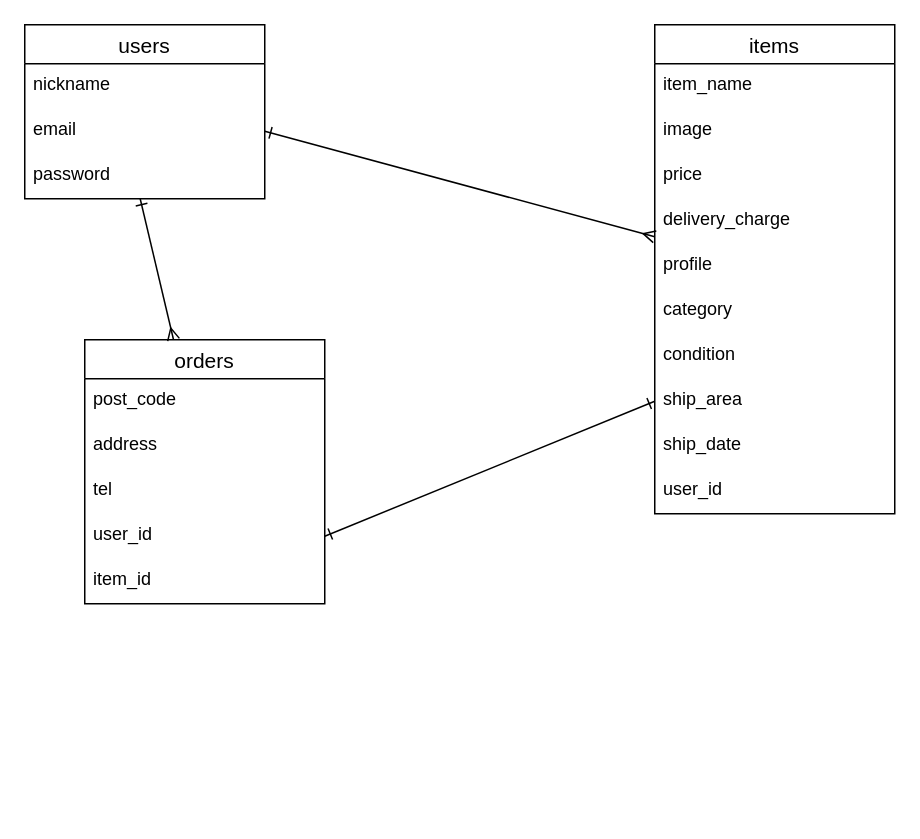
The draw.io diagram furima.dio in moritak40123/furima-39115, before the edit. Source tidied: cells renumbered, new cells numbered last; positions are measured from the earlier drawing's top-left corner, leaving out a move shared by most shapes. Both pictures are drawn from the tidied source at 150%, with x=0, y=0 at pixel (24, 24).
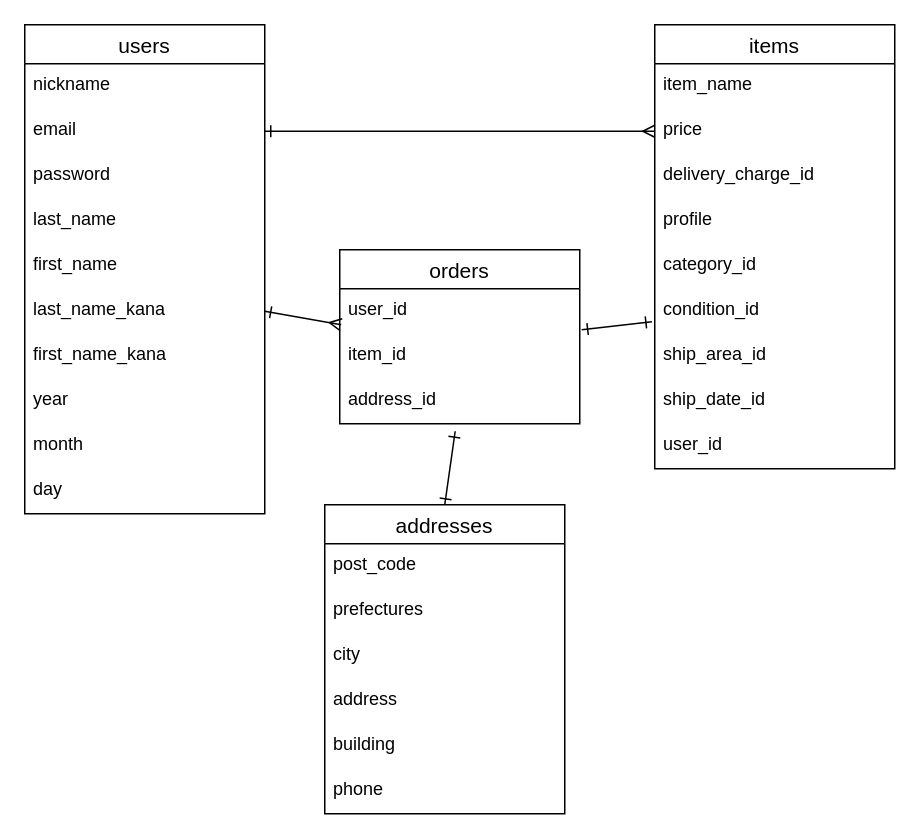
The same page after the edit.

The change refers to these unchanged cells:
```xml
<mxCell id="4" value="email" style="text;strokeColor=none;fillColor=none;spacingLeft=4;spacingRight=4;overflow=hidden;points=[[0,0.5],[1,0.5]];portConstraint=eastwest;fontSize=12;" parent="2" vertex="1">
  <mxGeometry y="56" width="160" height="30" as="geometry" />
</mxCell>
<mxCell id="5" value="password" style="text;strokeColor=none;fillColor=none;spacingLeft=4;spacingRight=4;overflow=hidden;points=[[0,0.5],[1,0.5]];portConstraint=eastwest;fontSize=12;" parent="2" vertex="1">
  <mxGeometry y="86" width="160" height="30" as="geometry" />
</mxCell>
```

What changed in the source:
```diff
@@
     <mxCell id="2" value="users" style="swimlane;fontStyle=0;horizontal=1;startSize=26;align=center;fontSize=14;" parent="1" vertex="1">
-      <mxGeometry width="160" height="116" as="geometry" />
+      <mxGeometry width="160" height="326" as="geometry" />
     </mxCell>
@@
+    <mxCell id="26" value="last_name" style="text;strokeColor=none;fillColor=none;spacingLeft=4;spacingRight=4;overflow=hidden;fontSize=12;" parent="2" vertex="1">
+      <mxGeometry y="116" width="160" height="30" as="geometry" />
+    </mxCell>
+    <mxCell id="27" value="first_name" style="text;strokeColor=none;fillColor=none;spacingLeft=4;spacingRight=4;overflow=hidden;fontSize=12;" parent="2" vertex="1">
+      <mxGeometry y="146" width="160" height="30" as="geometry" />
+    </mxCell>
+    <mxCell id="28" value="last_name_kana" style="text;strokeColor=none;fillColor=none;spacingLeft=4;spacingRight=4;overflow=hidden;points=[[0,0.5],[1,0.5]];portConstraint=eastwest;fontSize=12;" parent="2" vertex="1">
+      <mxGeometry y="176" width="160" height="30" as="geometry" />
+    </mxCell>
+    <mxCell id="29" value="first_name_kana" style="text;strokeColor=none;fillColor=none;spacingLeft=4;spacingRight=4;overflow=hidden;fontSize=12;" parent="2" vertex="1">
+      <mxGeometry y="206" width="160" height="30" as="geometry" />
+    </mxCell>
+    <mxCell id="30" value="year" style="text;strokeColor=none;fillColor=none;spacingLeft=4;spacingRight=4;overflow=hidden;fontSize=12;" parent="2" vertex="1">
+      <mxGeometry y="236" width="160" height="30" as="geometry" />
+    </mxCell>
+    <mxCell id="31" value="month" style="text;strokeColor=none;fillColor=none;spacingLeft=4;spacingRight=4;overflow=hidden;fontSize=12;" parent="2" vertex="1">
+      <mxGeometry y="266" width="160" height="30" as="geometry" />
+    </mxCell>
+    <mxCell id="32" value="day" style="text;strokeColor=none;fillColor=none;spacingLeft=4;spacingRight=4;overflow=hidden;fontSize=12;" parent="2" vertex="1">
+      <mxGeometry y="296" width="160" height="30" as="geometry" />
+    </mxCell>
     <mxCell id="6" value="items" style="swimlane;fontStyle=0;horizontal=1;startSize=26;align=center;fontSize=14;" parent="1" vertex="1">
-      <mxGeometry x="420" width="160" height="326" as="geometry" />
+      <mxGeometry x="420" width="160" height="296" as="geometry" />
     </mxCell>
@@
-    <mxCell id="8" value="image" style="text;strokeColor=none;fillColor=none;spacingLeft=4;spacingRight=4;overflow=hidden;fontSize=12;" parent="6" vertex="1">
-      <mxGeometry y="56" width="160" height="30" as="geometry" />
-    </mxCell>
     <mxCell id="9" value="price" style="text;strokeColor=none;fillColor=none;spacingLeft=4;spacingRight=4;overflow=hidden;points=[[0,0.5],[1,0.5]];portConstraint=eastwest;fontSize=12;" parent="6" vertex="1">
-      <mxGeometry y="86" width="160" height="30" as="geometry" />
+      <mxGeometry y="56" width="160" height="30" as="geometry" />
     </mxCell>
-    <mxCell id="10" value="delivery_charge" style="text;strokeColor=none;fillColor=none;spacingLeft=4;spacingRight=4;overflow=hidden;fontSize=12;" parent="6" vertex="1">
-      <mxGeometry y="116" width="160" height="30" as="geometry" />
+    <mxCell id="10" value="delivery_charge_id" style="text;strokeColor=none;fillColor=none;spacingLeft=4;spacingRight=4;overflow=hidden;fontSize=12;" parent="6" vertex="1">
+      <mxGeometry y="86" width="160" height="30" as="geometry" />
     </mxCell>
     <mxCell id="11" value="profile" style="text;strokeColor=none;fillColor=none;spacingLeft=4;spacingRight=4;overflow=hidden;fontSize=12;" parent="6" vertex="1">
-      <mxGeometry y="146" width="160" height="30" as="geometry" />
+      <mxGeometry y="116" width="160" height="30" as="geometry" />
     </mxCell>
-    <mxCell id="12" value="category" style="text;strokeColor=none;fillColor=none;spacingLeft=4;spacingRight=4;overflow=hidden;fontSize=12;" parent="6" vertex="1">
-      <mxGeometry y="176" width="160" height="30" as="geometry" />
+    <mxCell id="12" value="category_id" style="text;strokeColor=none;fillColor=none;spacingLeft=4;spacingRight=4;overflow=hidden;fontSize=12;" parent="6" vertex="1">
+      <mxGeometry y="146" width="160" height="30" as="geometry" />
     </mxCell>
-    <mxCell id="13" value="condition" style="text;strokeColor=none;fillColor=none;spacingLeft=4;spacingRight=4;overflow=hidden;points=[[0,0.5],[1,0.5]];portConstraint=eastwest;fontSize=12;" parent="6" vertex="1">
-      <mxGeometry y="206" width="160" height="30" as="geometry" />
+    <mxCell id="13" value="condition_id" style="text;strokeColor=none;fillColor=none;spacingLeft=4;spacingRight=4;overflow=hidden;points=[[0,0.5],[1,0.5]];portConstraint=eastwest;fontSize=12;" parent="6" vertex="1">
+      <mxGeometry y="176" width="160" height="30" as="geometry" />
     </mxCell>
-    <mxCell id="14" value="ship_area" style="text;strokeColor=none;fillColor=none;spacingLeft=4;spacingRight=4;overflow=hidden;points=[[0,0.5],[1,0.5]];portConstraint=eastwest;fontSize=12;" parent="6" vertex="1">
-      <mxGeometry y="236" width="160" height="30" as="geometry" />
+    <mxCell id="14" value="ship_area_id" style="text;strokeColor=none;fillColor=none;spacingLeft=4;spacingRight=4;overflow=hidden;points=[[0,0.5],[1,0.5]];portConstraint=eastwest;fontSize=12;" parent="6" vertex="1">
+      <mxGeometry y="206" width="160" height="30" as="geometry" />
     </mxCell>
-    <mxCell id="15" value="ship_date" style="text;strokeColor=none;fillColor=none;spacingLeft=4;spacingRight=4;overflow=hidden;fontSize=12;" parent="6" vertex="1">
-      <mxGeometry y="266" width="160" height="30" as="geometry" />
+    <mxCell id="15" value="ship_date_id" style="text;strokeColor=none;fillColor=none;spacingLeft=4;spacingRight=4;overflow=hidden;fontSize=12;" parent="6" vertex="1">
+      <mxGeometry y="236" width="160" height="30" as="geometry" />
     </mxCell>
     <mxCell id="16" value="user_id" style="text;strokeColor=none;fillColor=none;spacingLeft=4;spacingRight=4;overflow=hidden;fontSize=12;" parent="6" vertex="1">
-      <mxGeometry y="296" width="160" height="30" as="geometry" />
+      <mxGeometry y="266" width="160" height="30" as="geometry" />
     </mxCell>
-    <mxCell id="17" style="edgeStyle=none;html=1;exitX=1;exitY=0.5;exitDx=0;exitDy=0;endArrow=ERmany;endFill=0;startArrow=ERone;startFill=0;" parent="1" edge="1" source="4" target="6">
-      <mxGeometry relative="1" as="geometry" />
-    </mxCell>
     <mxCell id="18" value="orders" style="swimlane;fontStyle=0;horizontal=1;startSize=26;align=center;fontSize=14;" parent="1" vertex="1">
-      <mxGeometry x="40" y="210" width="160" height="176" as="geometry" />
+      <mxGeometry x="210" y="150" width="160" height="116" as="geometry" />
     </mxCell>
-    <mxCell id="19" value="post_code" style="text;strokeColor=none;fillColor=none;spacingLeft=4;spacingRight=4;overflow=hidden;fontSize=12;" parent="18" vertex="1">
-      <mxGeometry y="26" width="160" height="30" as="geometry" />
-    </mxCell>
-    <mxCell id="20" value="address" style="text;strokeColor=none;fillColor=none;spacingLeft=4;spacingRight=4;overflow=hidden;fontSize=12;" parent="18" vertex="1">
-      <mxGeometry y="56" width="160" height="30" as="geometry" />
-    </mxCell>
-    <mxCell id="21" value="tel" style="text;strokeColor=none;fillColor=none;spacingLeft=4;spacingRight=4;overflow=hidden;fontSize=12;" parent="18" vertex="1">
-      <mxGeometry y="86" width="160" height="30" as="geometry" />
-    </mxCell>
     <mxCell id="22" value="user_id" style="text;strokeColor=none;fillColor=none;spacingLeft=4;spacingRight=4;overflow=hidden;points=[[0,0.5],[1,0.5]];portConstraint=eastwest;fontSize=12;" parent="18" vertex="1">
-      <mxGeometry y="116" width="160" height="30" as="geometry" />
+      <mxGeometry y="26" width="160" height="30" as="geometry" />
     </mxCell>
     <mxCell id="23" value="item_id" style="text;strokeColor=none;fillColor=none;spacingLeft=4;spacingRight=4;overflow=hidden;fontSize=12;" parent="18" vertex="1">
-      <mxGeometry y="146" width="160" height="30" as="geometry" />
+      <mxGeometry y="56" width="160" height="30" as="geometry" />
     </mxCell>
+    <mxCell id="33" value="address_id" style="text;strokeColor=none;fillColor=none;spacingLeft=4;spacingRight=4;overflow=hidden;points=[[0,0.5],[1,0.5]];portConstraint=eastwest;fontSize=12;" parent="18" vertex="1">
+      <mxGeometry y="86" width="160" height="30" as="geometry" />
+    </mxCell>
-    <mxCell id="24" style="edgeStyle=none;html=1;exitX=1;exitY=0.5;exitDx=0;exitDy=0;entryX=0;entryY=0.5;entryDx=0;entryDy=0;endArrow=ERone;endFill=0;startArrow=ERone;startFill=0;" parent="1" edge="1" source="22" target="14">
+    <mxCell id="24" style="edgeStyle=none;html=1;entryX=-0.012;entryY=0.733;entryDx=0;entryDy=0;endArrow=ERone;endFill=0;startArrow=ERone;startFill=0;exitX=1.008;exitY=0.911;exitDx=0;exitDy=0;exitPerimeter=0;entryPerimeter=0;" parent="1" edge="1" source="22" target="13">
       <mxGeometry relative="1" as="geometry" />
     </mxCell>
-    <mxCell id="25" style="edgeStyle=none;html=1;exitX=0.481;exitY=1;exitDx=0;exitDy=0;startArrow=ERone;startFill=0;endArrow=ERmany;endFill=0;exitPerimeter=0;" parent="1" edge="1" source="5" target="18">
+    <mxCell id="25" style="edgeStyle=none;html=1;startArrow=ERone;startFill=0;endArrow=ERmany;endFill=0;entryX=0.006;entryY=0.8;entryDx=0;entryDy=0;entryPerimeter=0;exitX=1;exitY=0.5;exitDx=0;exitDy=0;" parent="1" edge="1" source="28" target="22">
       <mxGeometry relative="1" as="geometry" />
     </mxCell>
+    <mxCell id="34" value="addresses" style="swimlane;fontStyle=0;horizontal=1;startSize=26;align=center;fontSize=14;" parent="1" vertex="1">
+      <mxGeometry x="200" y="320" width="160" height="206" as="geometry" />
+    </mxCell>
+    <mxCell id="19" value="post_code" style="text;strokeColor=none;fillColor=none;spacingLeft=4;spacingRight=4;overflow=hidden;fontSize=12;" parent="34" vertex="1">
+      <mxGeometry y="26" width="160" height="30" as="geometry" />
+    </mxCell>
+    <mxCell id="35" value="prefectures" style="text;strokeColor=none;fillColor=none;spacingLeft=4;spacingRight=4;overflow=hidden;fontSize=12;" parent="34" vertex="1">
+      <mxGeometry y="56" width="160" height="30" as="geometry" />
+    </mxCell>
+    <mxCell id="36" value="city" style="text;strokeColor=none;fillColor=none;spacingLeft=4;spacingRight=4;overflow=hidden;fontSize=12;" parent="34" vertex="1">
+      <mxGeometry y="86" width="160" height="30" as="geometry" />
+    </mxCell>
+    <mxCell id="20" value="address" style="text;strokeColor=none;fillColor=none;spacingLeft=4;spacingRight=4;overflow=hidden;fontSize=12;" parent="34" vertex="1">
+      <mxGeometry y="116" width="160" height="30" as="geometry" />
+    </mxCell>
+    <mxCell id="37" value="building" style="text;strokeColor=none;fillColor=none;spacingLeft=4;spacingRight=4;overflow=hidden;fontSize=12;" parent="34" vertex="1">
+      <mxGeometry y="146" width="160" height="30" as="geometry" />
+    </mxCell>
+    <mxCell id="38" value="phone" style="text;strokeColor=none;fillColor=none;spacingLeft=4;spacingRight=4;overflow=hidden;fontSize=12;" parent="34" vertex="1">
+      <mxGeometry y="176" width="160" height="30" as="geometry" />
+    </mxCell>
+    <mxCell id="39" style="edgeStyle=none;html=1;exitX=1;exitY=0.5;exitDx=0;exitDy=0;entryX=0;entryY=0.5;entryDx=0;entryDy=0;startArrow=ERone;startFill=0;endArrow=ERmany;endFill=0;" parent="1" edge="1" source="4" target="9">
+      <mxGeometry relative="1" as="geometry" />
+    </mxCell>
+    <mxCell id="40" style="edgeStyle=none;html=1;exitX=0.481;exitY=1.167;exitDx=0;exitDy=0;entryX=0.5;entryY=0;entryDx=0;entryDy=0;startArrow=ERone;startFill=0;endArrow=ERone;endFill=0;exitPerimeter=0;" parent="1" edge="1" source="33" target="34">
+      <mxGeometry relative="1" as="geometry" />
+    </mxCell>
```
